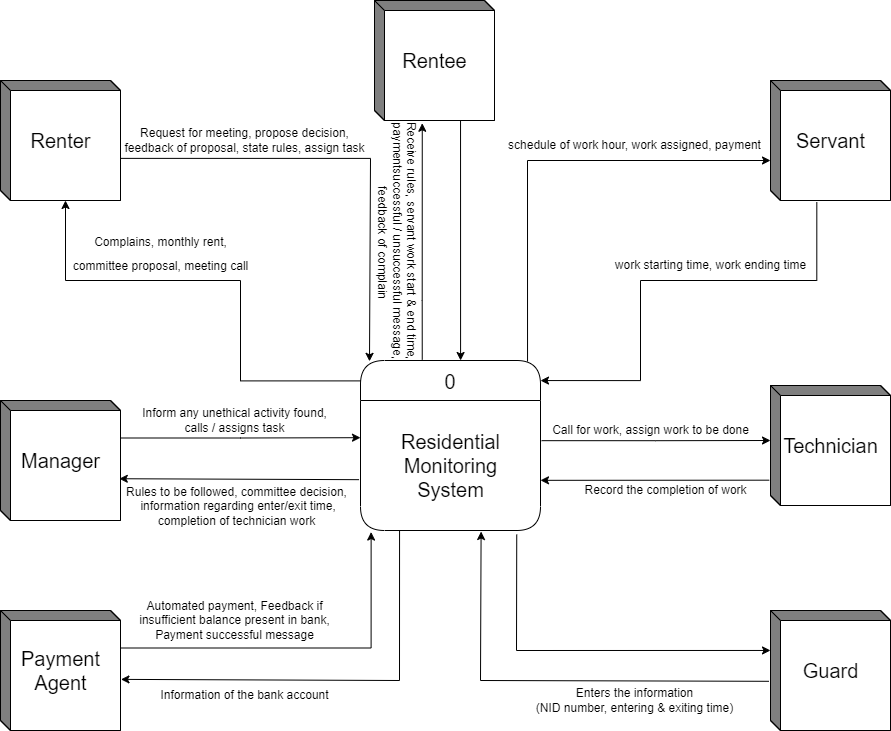
toushifhossain1/CSE307-System-Analysis-and-Design- keeps this draw.io diagram as DataFlowDiagramForAssignment1.png. Above is the earlier version. Source tidied: cells renumbered, new cells last; positions are measured from the earlier drawing's top-left corner, leaving out a move shared by most shapes.
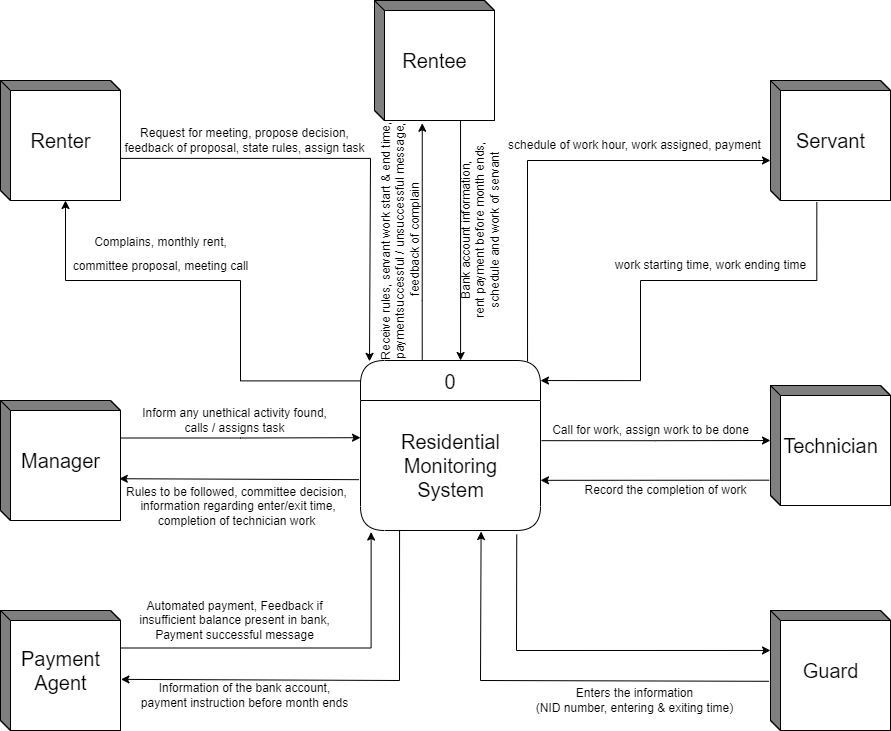
Above is the later version.

The edit, as a diff of the source:
```diff
@@ -131,8 +131,8 @@
     <mxCell id="31" value="Enters the information &lt;br&gt;(NID number, entering &amp;amp; exiting time)" style="text;html=1;align=center;verticalAlign=middle;strokeColor=none;fillColor=none;fontSize=12;" parent="1" vertex="1">
       <mxGeometry x="524" y="680" width="220" height="40" as="geometry" />
     </mxCell>
-    <mxCell id="32" value="Information of the bank account" style="text;html=1;align=center;verticalAlign=middle;strokeColor=none;fillColor=none;fontSize=12;" parent="1" vertex="1">
-      <mxGeometry x="149" y="680" width="190" height="30" as="geometry" />
+    <mxCell id="32" value="Information of the bank account, &lt;br&gt;payment instruction before month ends" style="text;html=1;align=center;verticalAlign=middle;strokeColor=none;fillColor=none;fontSize=12;" parent="1" vertex="1">
+      <mxGeometry x="129" y="675" width="230" height="40" as="geometry" />
     </mxCell>
     <mxCell id="33" value="Automated payment, Feedback if &lt;br&gt;insufficient balance present in bank,&lt;br&gt;Payment successful message" style="text;html=1;align=center;verticalAlign=middle;strokeColor=none;fillColor=none;fontSize=12;" parent="1" vertex="1">
       <mxGeometry x="129" y="590" width="210" height="60" as="geometry" />
@@ -143,8 +143,11 @@
     <mxCell id="35" value="Rules to be followed, committee decision,&lt;br&gt;&amp;nbsp;information regarding enter/exit time, &lt;br&gt;completion of technician work" style="text;html=1;align=center;verticalAlign=middle;strokeColor=none;fillColor=none;fontSize=12;" parent="1" vertex="1">
       <mxGeometry x="116" y="476" width="240" height="60" as="geometry" />
     </mxCell>
-    <mxCell id="36" value="Receive rules, servant work start &amp;amp;&amp;nbsp;end time,&lt;br&gt;paymentsuccessful / unsuccessful message,&lt;br&gt;&amp;nbsp;feedback of complain" style="text;html=1;align=center;verticalAlign=middle;strokeColor=none;fillColor=none;fontSize=12;rotation=90;" parent="1" vertex="1">
-      <mxGeometry x="267" y="210" width="260" height="60" as="geometry" />
+    <mxCell id="36" value="Receive rules, servant work start &amp;amp;&amp;nbsp;end time,&lt;br&gt;paymentsuccessful / unsuccessful message,&lt;br&gt;&amp;nbsp;feedback of complain" style="text;html=1;align=center;verticalAlign=middle;strokeColor=none;fillColor=none;fontSize=12;rotation=-90;" parent="1" vertex="1">
+      <mxGeometry x="270" y="211" width="260" height="60" as="geometry" />
     </mxCell>
+    <mxCell id="37" value="Bank account information,&lt;br&gt;rent payment before month ends,&lt;br&gt;schedule and work of servant" style="text;html=1;align=center;verticalAlign=middle;strokeColor=none;fillColor=none;fontSize=12;rotation=-90;" parent="1" vertex="1">
+      <mxGeometry x="380" y="200" width="200" height="60" as="geometry" />
+    </mxCell>
   </root>
 </mxGraphModel>
```
